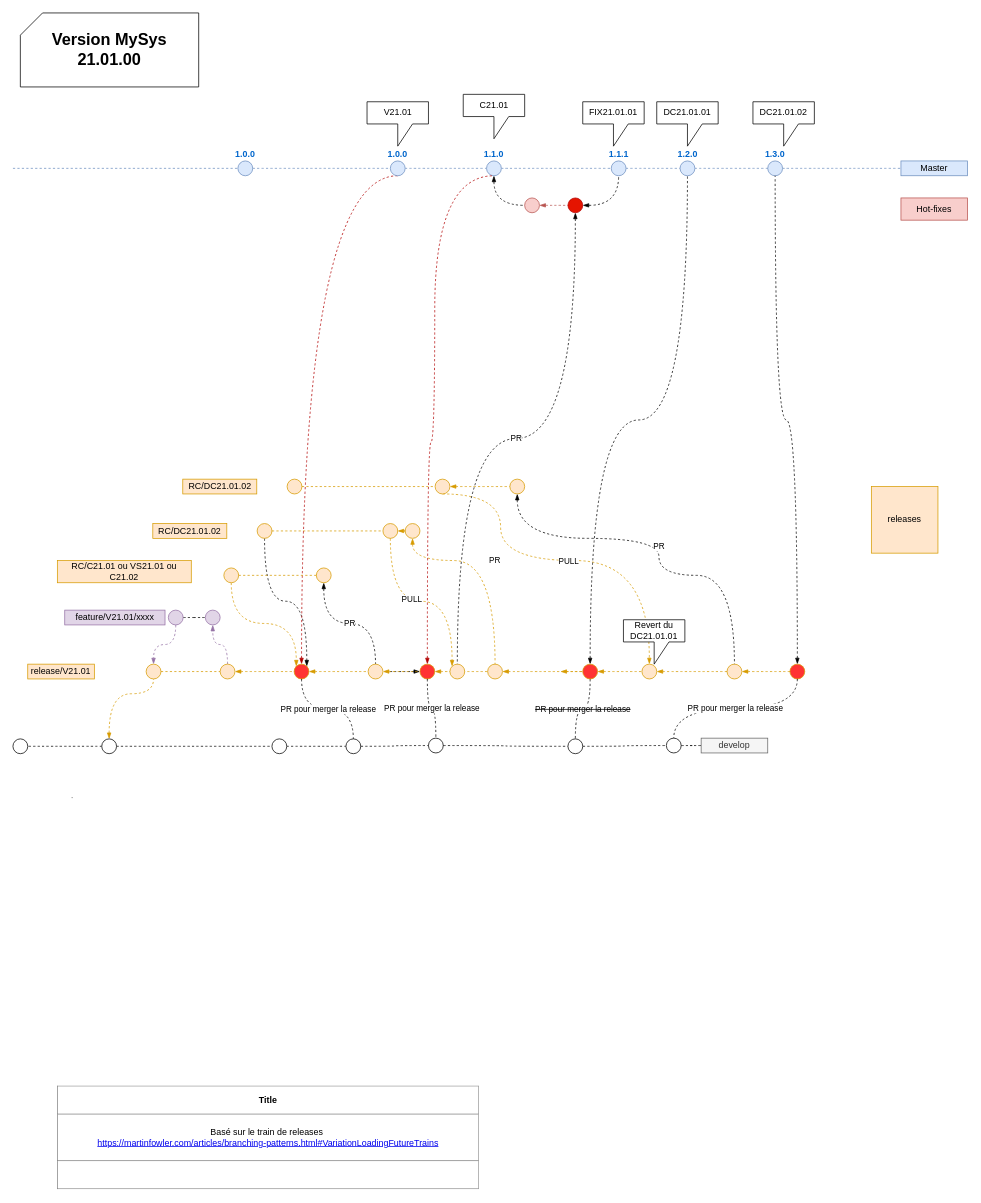
Earlier version of the draw.io diagram page "Lolo-MonoV" (4 of 5) of Untitled Diagram.drawio (salmen/gitflowdiagram). Source tidied: cells renumbered, new cells numbered last; positions are measured from the earlier drawing's top-left corner, leaving out a move shared by most shapes. Both pictures are drawn from the tidied source at 74%, with x=0, y=0 at pixel (13, 13).
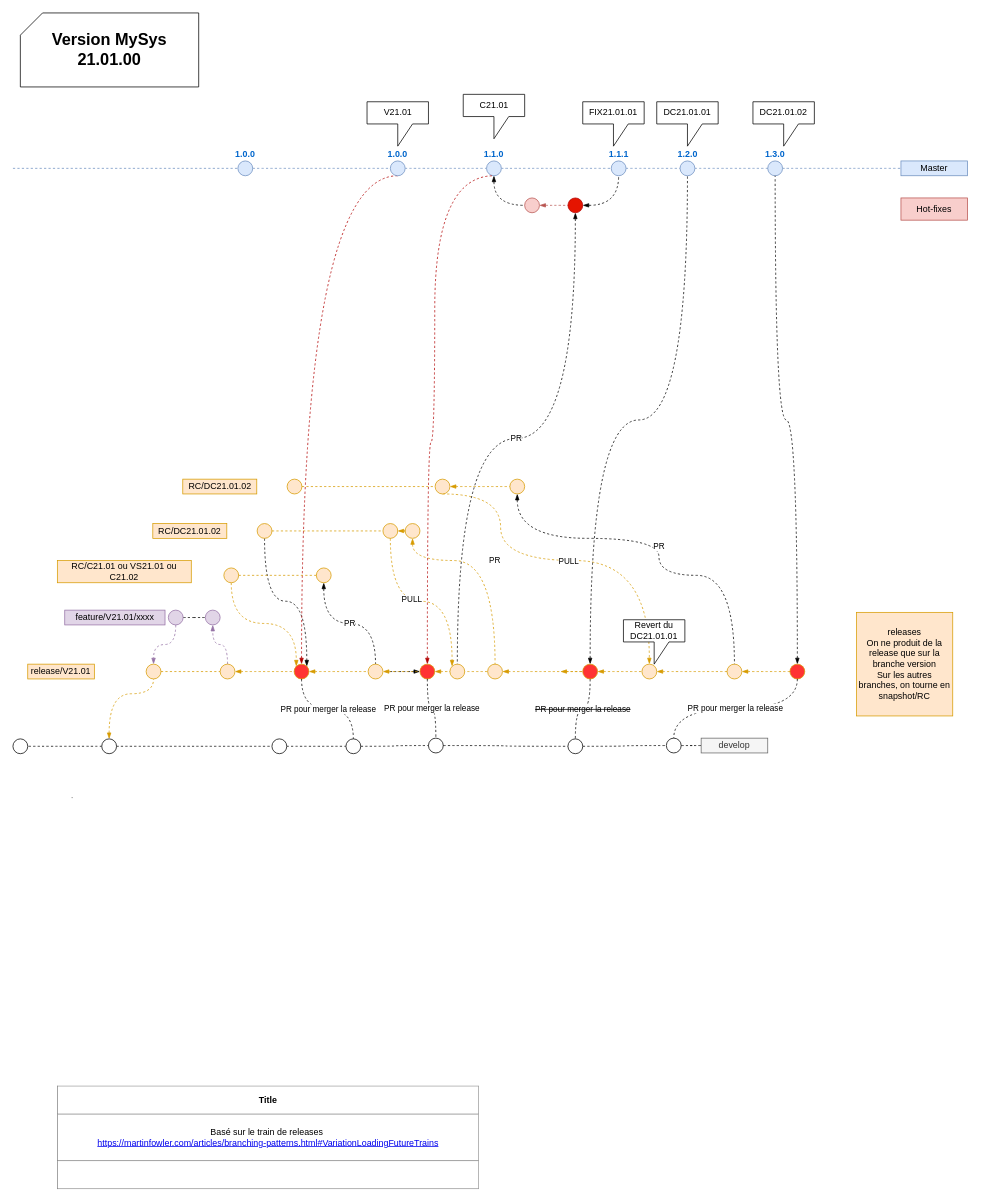
The same diagram, later.

Diff of the diagram source:
```diff
@@
-    <mxCell id="7" value="releases" style="text;html=1;strokeColor=#d79b00;fillColor=#ffe6cc;align=center;verticalAlign=middle;whiteSpace=wrap;rounded=0;fontSize=12;" parent="1" vertex="1">
-      <mxGeometry x="1160" y="640" width="90" height="90" as="geometry" />
+    <mxCell id="7" value="releases&lt;br&gt;On ne produit de la release que sur la branche version&lt;br&gt;Sur les autres branches, on tourne en snapshot/RC" style="text;html=1;strokeColor=#d79b00;fillColor=#ffe6cc;align=center;verticalAlign=middle;whiteSpace=wrap;rounded=0;fontSize=12;" parent="1" vertex="1">
+      <mxGeometry x="1140" y="810" width="130" height="140" as="geometry" />
     </mxCell>
```
